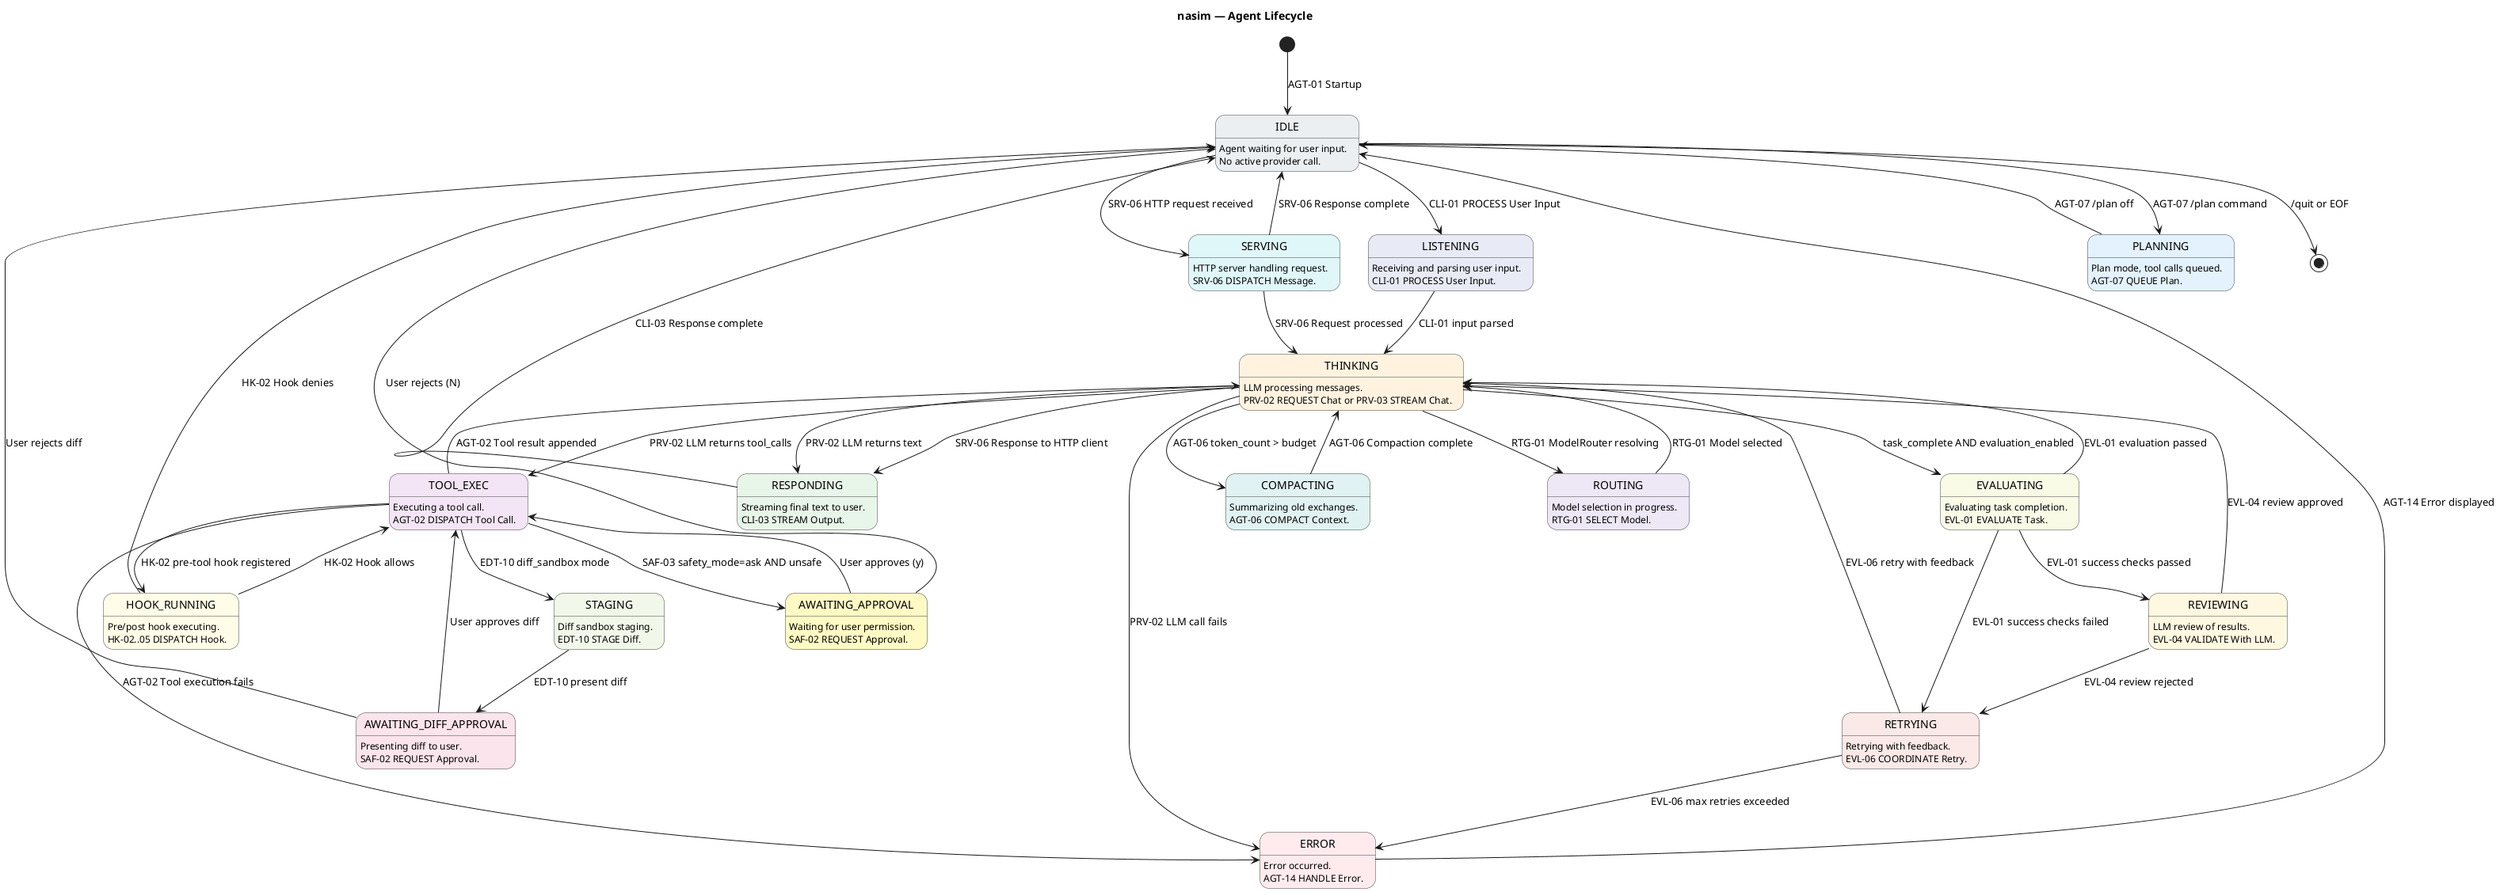
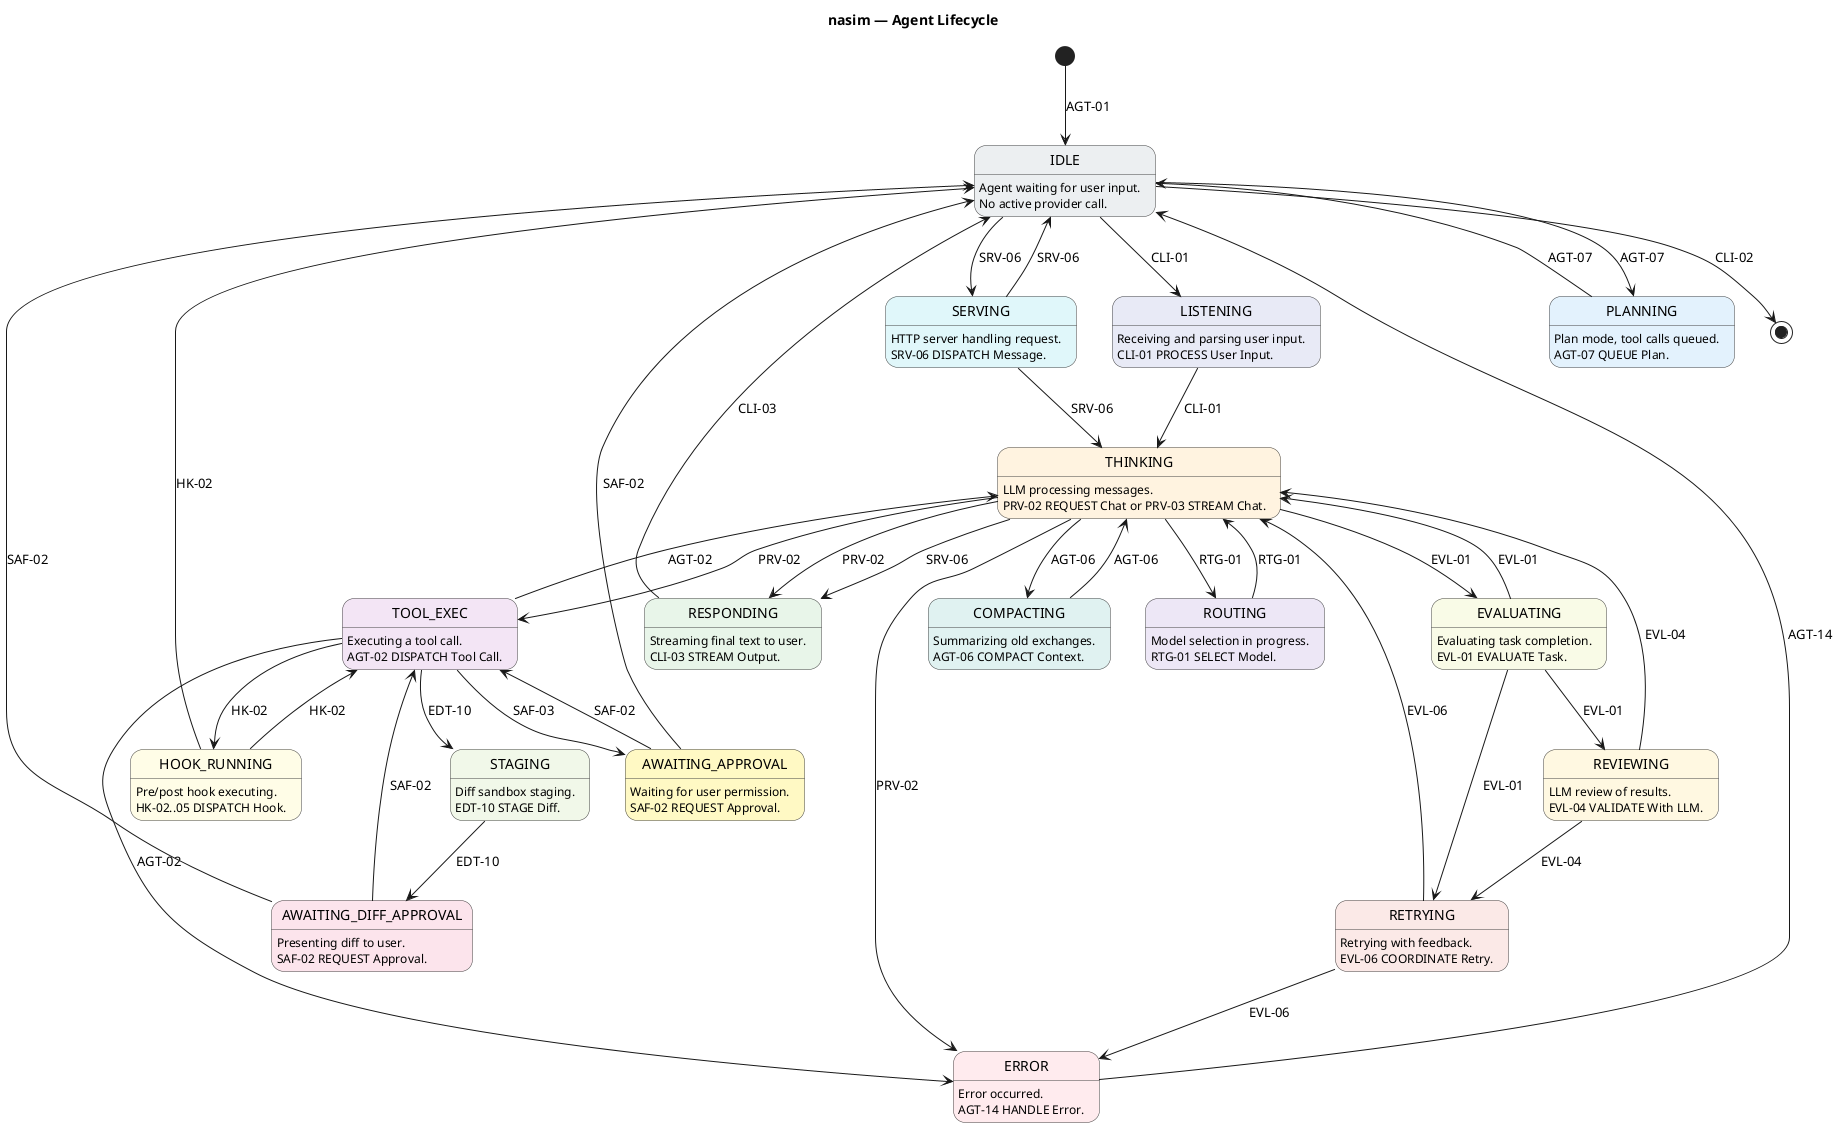
@startuml sm_agent_lifecycle
' ============================================================
' Title:     nasim — Agent Lifecycle State Machine
' Boundary:  nasim code agent CLI + HTTP API
' Purpose:   Process FSM showing all agent states and transitions
' Milestone: v1.0
' Version:   6.0.0
' Source:    docs/UC/README.md
' Review:    docs/audit/audit.2026.06.20.sq-sm-chain.car.md
' Note:      Process FSM, not entity lifecycle. SMT rules from sm.md
'            do not apply (documented deviation).
' Convention: All transitions are triggered by the corresponding UC ID
'            (e.g., EVL-01, EDT-10, AGT-07) as listed in docs/UC/README.md.
' ============================================================

title nasim — Agent Lifecycle

skinparam state {
  BackgroundColor #FFFFFF
  BorderColor #424242
  FontColor #000000
}

- [*] --> IDLE : AGT-01 Startup
+ [*] --> IDLE : AGT-01

state "IDLE" as IDLE #ECEFF1
IDLE : Agent waiting for user input.
IDLE : No active provider call.

state "LISTENING" as LISTENING #E8EAF6
LISTENING : Receiving and parsing user input.
LISTENING : CLI-01 PROCESS User Input.

state "THINKING" as THINKING #FFF3E0
THINKING : LLM processing messages.
THINKING : PRV-02 REQUEST Chat or PRV-03 STREAM Chat.

state "TOOL_EXEC" as TOOL_EXEC #F3E5F5
TOOL_EXEC : Executing a tool call.
TOOL_EXEC : AGT-02 DISPATCH Tool Call.

state "RESPONDING" as RESPONDING #E8F5E9
RESPONDING : Streaming final text to user.
RESPONDING : CLI-03 STREAM Output.

state "ERROR" as ERROR #FFEBEE
ERROR : Error occurred.
ERROR : AGT-14 HANDLE Error.

state "COMPACTING" as COMPACTING #E0F2F1
COMPACTING : Summarizing old exchanges.
COMPACTING : AGT-06 COMPACT Context.

state "AWAITING_APPROVAL" as AWAITING_APPROVAL #FFF9C4
AWAITING_APPROVAL : Waiting for user permission.
AWAITING_APPROVAL : SAF-02 REQUEST Approval.

state "PLANNING" as PLANNING #E3F2FD
PLANNING : Plan mode, tool calls queued.
PLANNING : AGT-07 QUEUE Plan.

state "HOOK_RUNNING" as HOOK_RUNNING #FFFDE7
HOOK_RUNNING : Pre/post hook executing.
HOOK_RUNNING : HK-02..05 DISPATCH Hook.

state "ROUTING" as ROUTING #EDE7F6
ROUTING : Model selection in progress.
ROUTING : RTG-01 SELECT Model.

state "SERVING" as SERVING #E0F7FA
SERVING : HTTP server handling request.
SERVING : SRV-06 DISPATCH Message.

state "EVALUATING" as EVALUATING #F9FBE7
EVALUATING : Evaluating task completion.
EVALUATING : EVL-01 EVALUATE Task.

state "REVIEWING" as REVIEWING #FFF8E1
REVIEWING : LLM review of results.
REVIEWING : EVL-04 VALIDATE With LLM.

state "RETRYING" as RETRYING #FBE9E7
RETRYING : Retrying with feedback.
RETRYING : EVL-06 COORDINATE Retry.

state "STAGING" as STAGING #F1F8E9
STAGING : Diff sandbox staging.
STAGING : EDT-10 STAGE Diff.

state "AWAITING_DIFF_APPROVAL" as AWAITING_DIFF_APPROVAL #FCE4EC
AWAITING_DIFF_APPROVAL : Presenting diff to user.
AWAITING_DIFF_APPROVAL : SAF-02 REQUEST Approval.

- IDLE --> LISTENING : CLI-01 PROCESS User Input
- IDLE --> SERVING : SRV-06 HTTP request received
- IDLE --> [*] : /quit or EOF
+ IDLE --> LISTENING : CLI-01
+ IDLE --> SERVING : SRV-06
+ IDLE --> [*] : CLI-02

- LISTENING --> THINKING : CLI-01 input parsed
+ LISTENING --> THINKING : CLI-01

- THINKING --> RESPONDING : PRV-02 LLM returns text
- THINKING --> TOOL_EXEC : PRV-02 LLM returns tool_calls
- THINKING --> COMPACTING : AGT-06 token_count > budget
- THINKING --> ROUTING : RTG-01 ModelRouter resolving
- THINKING --> ERROR : PRV-02 LLM call fails
- THINKING --> RESPONDING : SRV-06 Response to HTTP client
- THINKING --> EVALUATING : task_complete AND evaluation_enabled
+ THINKING --> RESPONDING : PRV-02
+ THINKING --> TOOL_EXEC : PRV-02
+ THINKING --> COMPACTING : AGT-06
+ THINKING --> ROUTING : RTG-01
+ THINKING --> ERROR : PRV-02
+ THINKING --> RESPONDING : SRV-06
+ THINKING --> EVALUATING : EVL-01

- ROUTING --> THINKING : RTG-01 Model selected
+ ROUTING --> THINKING : RTG-01

- TOOL_EXEC --> THINKING : AGT-02 Tool result appended
- TOOL_EXEC --> AWAITING_APPROVAL : SAF-03 safety_mode=ask AND unsafe
- TOOL_EXEC --> HOOK_RUNNING : HK-02 pre-tool hook registered
- TOOL_EXEC --> ERROR : AGT-02 Tool execution fails
- TOOL_EXEC --> STAGING : EDT-10 diff_sandbox mode
+ TOOL_EXEC --> THINKING : AGT-02
+ TOOL_EXEC --> AWAITING_APPROVAL : SAF-03
+ TOOL_EXEC --> HOOK_RUNNING : HK-02
+ TOOL_EXEC --> ERROR : AGT-02
+ TOOL_EXEC --> STAGING : EDT-10

- HOOK_RUNNING --> TOOL_EXEC : HK-02 Hook allows
- HOOK_RUNNING --> IDLE : HK-02 Hook denies
+ HOOK_RUNNING --> TOOL_EXEC : HK-02
+ HOOK_RUNNING --> IDLE : HK-02

- AWAITING_APPROVAL --> TOOL_EXEC : User approves (y)
- AWAITING_APPROVAL --> IDLE : User rejects (N)
+ AWAITING_APPROVAL --> TOOL_EXEC : SAF-02
+ AWAITING_APPROVAL --> IDLE : SAF-02

- COMPACTING --> THINKING : AGT-06 Compaction complete
+ COMPACTING --> THINKING : AGT-06

- RESPONDING --> IDLE : CLI-03 Response complete
+ RESPONDING --> IDLE : CLI-03

- ERROR --> IDLE : AGT-14 Error displayed
+ ERROR --> IDLE : AGT-14

- SERVING --> THINKING : SRV-06 Request processed
- SERVING --> IDLE : SRV-06 Response complete
+ SERVING --> THINKING : SRV-06
+ SERVING --> IDLE : SRV-06

- IDLE --> PLANNING : AGT-07 /plan command
- PLANNING --> IDLE : AGT-07 /plan off
+ IDLE --> PLANNING : AGT-07
+ PLANNING --> IDLE : AGT-07

- EVALUATING --> REVIEWING : EVL-01 success checks passed
- EVALUATING --> RETRYING : EVL-01 success checks failed
- EVALUATING --> THINKING : EVL-01 evaluation passed
+ EVALUATING --> REVIEWING : EVL-01
+ EVALUATING --> RETRYING : EVL-01
+ EVALUATING --> THINKING : EVL-01

- REVIEWING --> THINKING : EVL-04 review approved
- REVIEWING --> RETRYING : EVL-04 review rejected
+ REVIEWING --> THINKING : EVL-04
+ REVIEWING --> RETRYING : EVL-04

- RETRYING --> THINKING : EVL-06 retry with feedback
- RETRYING --> ERROR : EVL-06 max retries exceeded
+ RETRYING --> THINKING : EVL-06
+ RETRYING --> ERROR : EVL-06

- STAGING --> AWAITING_DIFF_APPROVAL : EDT-10 present diff
+ STAGING --> AWAITING_DIFF_APPROVAL : EDT-10

- AWAITING_DIFF_APPROVAL --> TOOL_EXEC : User approves diff
- AWAITING_DIFF_APPROVAL --> IDLE : User rejects diff
+ AWAITING_DIFF_APPROVAL --> TOOL_EXEC : SAF-02
+ AWAITING_DIFF_APPROVAL --> IDLE : SAF-02

@enduml
